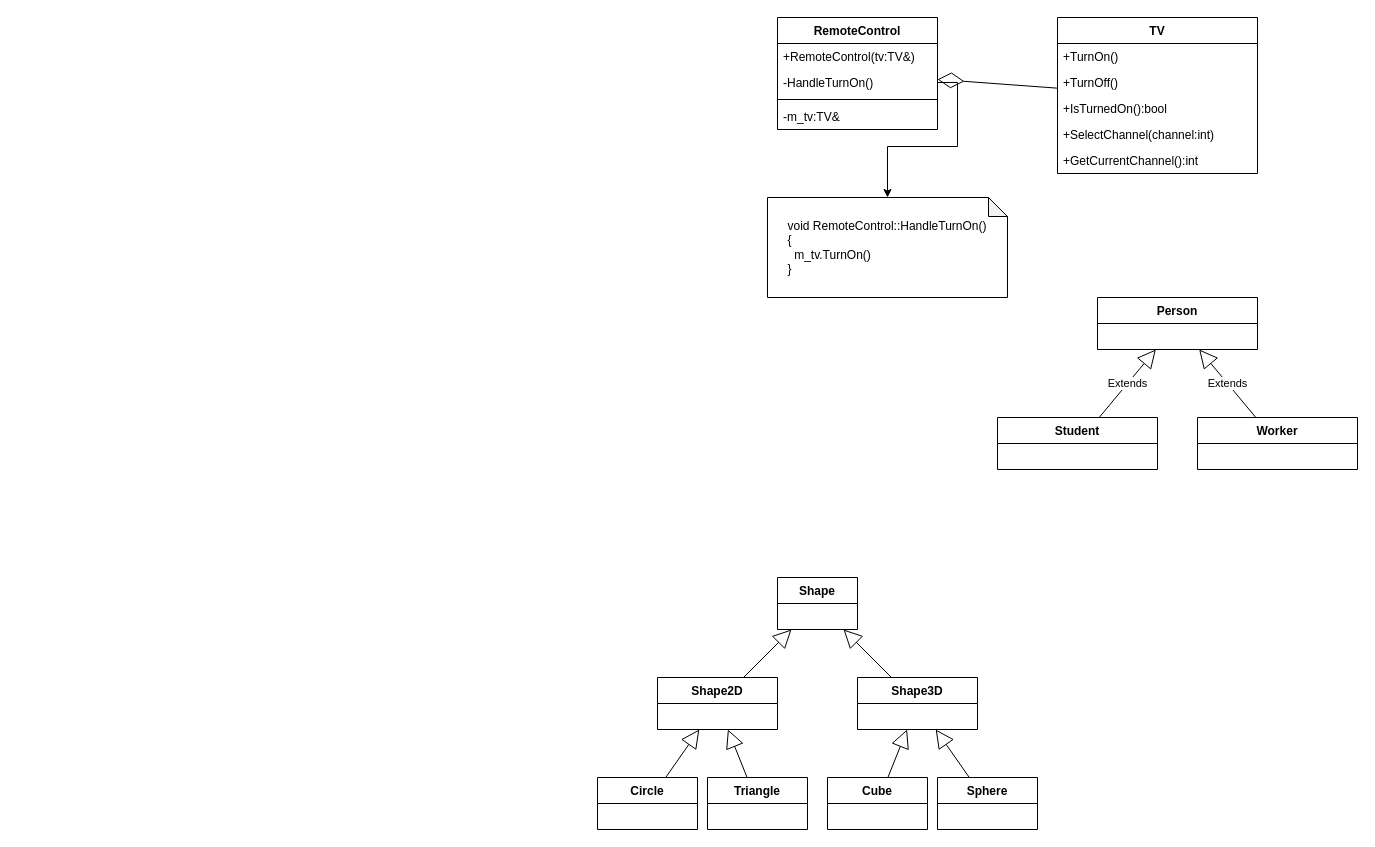
Above: lectures/03/relationship.drawio in alexey-malov/oop (draw.io), before the change. Source tidied: cells renumbered, new cells numbered last; positions are measured from the earlier drawing's top-left corner, leaving out a move shared by most shapes. Both pictures are drawn from the tidied source at 100%, with x=0, y=0 at pixel (597, 17).
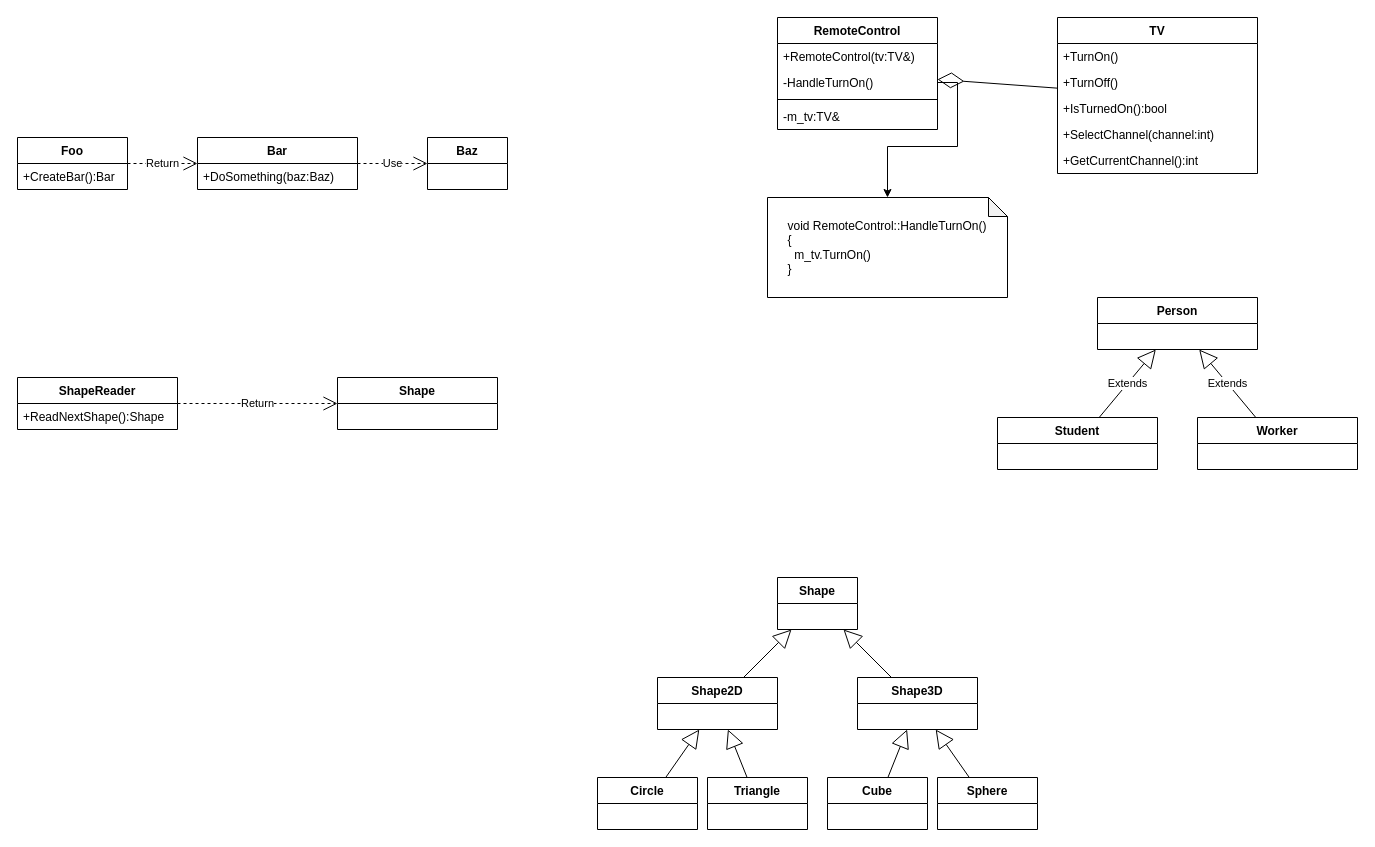
The same diagram, later.

Commit message (it also covers changes not shown here):
Обновил лекцию про отношения между классами

The edit, as a diff of the source:
```diff
@@
+    <mxCell id="34" value="ShapeReader" style="swimlane;fontStyle=1;align=center;verticalAlign=top;horizontal=1;startSize=26;whiteSpace=wrap;html=1;" parent="1" vertex="1">
+      <mxGeometry x="-580" y="360" width="160" height="52" as="geometry" />
+    </mxCell>
+    <mxCell id="35" value="+ReadNextShape():Shape" style="text;strokeColor=none;fillColor=none;align=left;verticalAlign=top;spacingLeft=4;spacingRight=4;overflow=hidden;whiteSpace=wrap;html=1;" parent="34" vertex="1">
+      <mxGeometry y="26" width="160" height="26" as="geometry" />
+    </mxCell>
+    <mxCell id="36" value="Shape" style="swimlane;fontStyle=1;align=center;verticalAlign=top;horizontal=1;startSize=26;whiteSpace=wrap;html=1;" parent="1" vertex="1">
+      <mxGeometry x="-260" y="360" width="160" height="52" as="geometry" />
+    </mxCell>
+    <mxCell id="37" value="Return" style="endArrow=open;endSize=12;dashed=1;html=1;rounded=0;" parent="1" edge="1" source="34" target="36">
+      <mxGeometry relative="1" as="geometry" />
+    </mxCell>
+    <mxCell id="38" value="Foo" style="swimlane;fontStyle=1;align=center;verticalAlign=top;horizontal=1;startSize=26;whiteSpace=wrap;html=1;" parent="1" vertex="1">
+      <mxGeometry x="-580" y="120" width="110" height="52" as="geometry" />
+    </mxCell>
+    <mxCell id="39" value="+CreateBar():Bar" style="text;strokeColor=none;fillColor=none;align=left;verticalAlign=top;spacingLeft=4;spacingRight=4;overflow=hidden;whiteSpace=wrap;html=1;" parent="38" vertex="1">
+      <mxGeometry y="26" width="110" height="26" as="geometry" />
+    </mxCell>
+    <mxCell id="40" value="Bar" style="swimlane;fontStyle=1;align=center;verticalAlign=top;horizontal=1;startSize=26;whiteSpace=wrap;html=1;" parent="1" vertex="1">
+      <mxGeometry x="-400" y="120" width="160" height="52" as="geometry" />
+    </mxCell>
+    <mxCell id="41" value="+DoSomething(baz:Baz)" style="text;strokeColor=none;fillColor=none;align=left;verticalAlign=top;spacingLeft=4;spacingRight=4;overflow=hidden;whiteSpace=wrap;html=1;" parent="40" vertex="1">
+      <mxGeometry y="26" width="160" height="26" as="geometry" />
+    </mxCell>
+    <mxCell id="42" value="Baz" style="swimlane;fontStyle=1;align=center;verticalAlign=top;horizontal=1;startSize=26;whiteSpace=wrap;html=1;" parent="1" vertex="1">
+      <mxGeometry x="-170" y="120" width="80" height="52" as="geometry" />
+    </mxCell>
+    <mxCell id="43" value="Return" style="endArrow=open;endSize=12;dashed=1;html=1;rounded=0;" parent="1" edge="1" source="38" target="40">
+      <mxGeometry relative="1" as="geometry" />
+    </mxCell>
+    <mxCell id="44" value="Use" style="endArrow=open;endSize=12;dashed=1;html=1;rounded=0;" parent="1" edge="1" source="40" target="42">
+      <mxGeometry relative="1" as="geometry" />
+    </mxCell>
```
